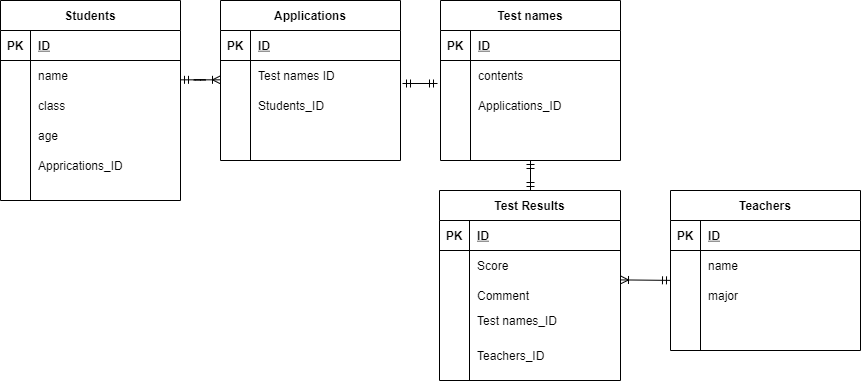
Before: .drawio.png, a diagram exported from draw.io (mioirie/20220103omi). Source tidied: cells renumbered, new cells last; positions are measured from the earlier drawing's top-left corner, leaving out a move shared by most shapes.
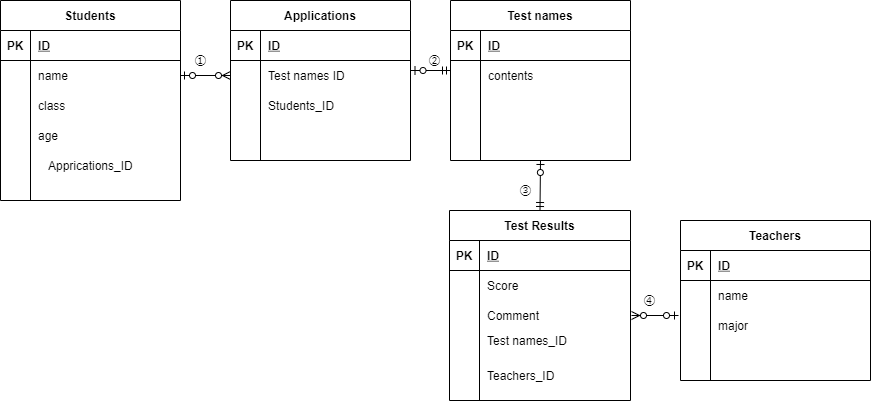
The same file after the commit.

Commit message:
Remove 'Application ID'from Test names table , Fixed all relationships

Change to the diagram source:
```diff
@@ -3,7 +3,7 @@
     <mxCell id="0" />
     <mxCell id="1" parent="0" />
     <mxCell id="2" value="Students" style="shape=table;startSize=30;rowLines=0;fontStyle=1;align=center;" parent="1" vertex="1">
-      <mxGeometry width="180" height="200" as="geometry" />
+      <mxGeometry x="-10" width="180" height="200" as="geometry" />
     </mxCell>
     <mxCell id="3" style="shape=partialRectangle;fillColor=none;top=0;left=0;bottom=1;right=0;" parent="2" vertex="1">
       <mxGeometry y="30" width="180" height="30" as="geometry" />
@@ -42,7 +42,7 @@
       <mxGeometry x="30" width="150" height="30" as="geometry" />
     </mxCell>
     <mxCell id="15" value="Teachers" style="shape=table;startSize=30;rowLines=0;fontStyle=1;align=center;" parent="1" vertex="1">
-      <mxGeometry x="670" y="190" width="190" height="160" as="geometry" />
+      <mxGeometry x="670" y="220" width="190" height="160" as="geometry" />
     </mxCell>
     <mxCell id="16" style="shape=partialRectangle;fillColor=none;top=0;left=0;bottom=1;right=0;" parent="15" vertex="1">
       <mxGeometry y="30" width="190" height="30" as="geometry" />
@@ -80,15 +80,6 @@
     <mxCell id="27" style="shape=partialRectangle;fillColor=none;top=0;left=0;bottom=0;right=0;align=left;spacingLeft=6;overflow=hidden;" parent="25" vertex="1">
       <mxGeometry x="30" width="160" height="30" as="geometry" />
     </mxCell>
-    <mxCell id="28" style="edgeStyle=entityRelationEdgeStyle;fontSize=12;html=1;endArrow=ERoneToMany;startArrow=ERmandOne;" parent="1" edge="1">
-      <mxGeometry relative="1" as="geometry">
-        <mxPoint x="180" y="79.3" as="sourcePoint" />
-        <mxPoint x="220" y="79.3" as="targetPoint" />
-      </mxGeometry>
-    </mxCell>
-    <mxCell id="29" style="fontSize=12;html=1;endArrow=ERoneToMany;startArrow=ERmandOne;exitX=0;exitY=-0.004;exitDx=0;exitDy=0;exitPerimeter=0;entryX=1;entryY=-0.02;entryDx=0;entryDy=0;entryPerimeter=0;" parent="1" edge="1" source="22" target="50">
-      <mxGeometry relative="1" as="geometry" />
-    </mxCell>
     <mxCell id="30" value="Test names" style="shape=table;startSize=30;rowLines=0;fontStyle=1;align=center;" parent="1" vertex="1">
       <mxGeometry x="440" width="180" height="160" as="geometry" />
     </mxCell>
@@ -116,7 +107,7 @@
     <mxCell id="38" style="shape=partialRectangle;fillColor=none;top=0;left=0;bottom=0;right=0;overflow=hidden;" parent="37" vertex="1">
       <mxGeometry width="30" height="30" as="geometry" />
     </mxCell>
-    <mxCell id="39" value="Applications_ID" style="shape=partialRectangle;fillColor=none;top=0;left=0;bottom=0;right=0;align=left;spacingLeft=6;overflow=hidden;" parent="37" vertex="1">
+    <mxCell id="39" style="shape=partialRectangle;fillColor=none;top=0;left=0;bottom=0;right=0;align=left;spacingLeft=6;overflow=hidden;" parent="37" vertex="1">
       <mxGeometry x="30" width="150" height="30" as="geometry" />
     </mxCell>
     <mxCell id="40" style="shape=partialRectangle;fillColor=none;top=0;left=0;bottom=0;right=0;" parent="30" vertex="1">
@@ -129,7 +120,7 @@
       <mxGeometry x="30" width="150" height="30" as="geometry" />
     </mxCell>
     <mxCell id="43" value="Test Results" style="shape=table;startSize=30;rowLines=0;fontStyle=1;align=center;" parent="1" vertex="1">
-      <mxGeometry x="439" y="190" width="181" height="190" as="geometry" />
+      <mxGeometry x="439" y="210" width="181" height="190" as="geometry" />
     </mxCell>
     <mxCell id="44" style="shape=partialRectangle;fillColor=none;top=0;left=0;bottom=1;right=0;" parent="43" vertex="1">
       <mxGeometry y="30" width="181" height="30" as="geometry" />
@@ -167,12 +158,6 @@
     <mxCell id="55" value="Test names_ID" style="shape=partialRectangle;fillColor=none;top=0;left=0;bottom=0;right=0;align=left;spacingLeft=6;overflow=hidden;" parent="53" vertex="1">
       <mxGeometry x="30" width="151" height="20" as="geometry" />
     </mxCell>
-    <mxCell id="56" style="fontSize=12;html=1;endArrow=ERmandOne;startArrow=ERmandOne;" parent="1" edge="1">
-      <mxGeometry relative="1" as="geometry">
-        <mxPoint x="530" y="190" as="sourcePoint" />
-        <mxPoint x="530" y="160" as="targetPoint" />
-      </mxGeometry>
-    </mxCell>
     <mxCell id="57" value="Applications" style="shape=table;startSize=30;rowLines=0;fontStyle=1;align=center;" parent="1" vertex="1">
       <mxGeometry x="220" width="180" height="160" as="geometry" />
     </mxCell>
@@ -220,14 +205,38 @@
     <mxCell id="71" value="Apprications_ID" style="shape=partialRectangle;fillColor=none;top=0;left=0;bottom=0;right=0;align=left;spacingLeft=6;overflow=hidden;" parent="1" vertex="1">
       <mxGeometry x="30" y="150" width="150" height="30" as="geometry" />
     </mxCell>
-    <mxCell id="72" style="fontSize=12;html=1;endArrow=ERmandOne;startArrow=ERmandOne;" parent="1" edge="1">
-      <mxGeometry relative="1" as="geometry">
-        <mxPoint x="402" y="83" as="sourcePoint" />
-        <mxPoint x="437" y="83" as="targetPoint" />
-      </mxGeometry>
-    </mxCell>
     <mxCell id="73" value="Teachers_ID" style="shape=partialRectangle;fillColor=none;top=0;left=0;bottom=0;right=0;align=left;spacingLeft=6;overflow=hidden;" parent="1" vertex="1">
-      <mxGeometry x="469" y="340" width="151" height="30" as="geometry" />
+      <mxGeometry x="469" y="360" width="151" height="30" as="geometry" />
     </mxCell>
+    <mxCell id="74" style="fontSize=12;html=1;endArrow=ERzeroToMany;startArrow=ERzeroToOne;entryX=0;entryY=0.5;entryDx=0;entryDy=0;exitX=1;exitY=0.5;exitDx=0;exitDy=0;" parent="1" edge="1" source="6" target="61">
+      <mxGeometry relative="1" as="geometry" />
+    </mxCell>
+    <mxCell id="75" style="fontSize=12;html=1;endArrow=ERzeroToOne;startArrow=ERmandOne;entryX=0.5;entryY=1;entryDx=0;entryDy=0;exitX=0.5;exitY=0;exitDx=0;exitDy=0;" parent="1" edge="1" source="43" target="30">
+      <mxGeometry relative="1" as="geometry" />
+    </mxCell>
+    <mxCell id="76" style="fontSize=12;html=1;endArrow=ERzeroToOne;startArrow=ERmandOne;entryX=0.5;entryY=1;entryDx=0;entryDy=0;" parent="1" edge="1">
+      <mxGeometry relative="1" as="geometry">
+        <mxPoint x="440" y="70" as="sourcePoint" />
+        <mxPoint x="400.5" y="70" as="targetPoint" />
+      </mxGeometry>
+    </mxCell>
+    <mxCell id="77" style="fontSize=12;html=1;endArrow=ERzeroToMany;startArrow=ERzeroToOne;" parent="1" edge="1">
+      <mxGeometry relative="1" as="geometry">
+        <mxPoint x="668" y="315" as="sourcePoint" />
+        <mxPoint x="621" y="315" as="targetPoint" />
+      </mxGeometry>
+    </mxCell>
+    <mxCell id="78" value="①" style="text;html=1;align=center;verticalAlign=middle;strokeColor=none;" parent="1" vertex="1">
+      <mxGeometry x="175" y="50" width="30" height="20" as="geometry" />
+    </mxCell>
+    <mxCell id="79" value="④" style="text;html=1;align=center;verticalAlign=middle;strokeColor=none;" parent="1" vertex="1">
+      <mxGeometry x="624" y="290" width="30" height="20" as="geometry" />
+    </mxCell>
+    <mxCell id="80" value="③" style="text;html=1;align=center;verticalAlign=middle;strokeColor=none;" parent="1" vertex="1">
+      <mxGeometry x="500" y="180" width="30" height="20" as="geometry" />
+    </mxCell>
+    <mxCell id="81" value="➁" style="text;html=1;align=center;verticalAlign=middle;strokeColor=none;" parent="1" vertex="1">
+      <mxGeometry x="409" y="50" width="30" height="20" as="geometry" />
+    </mxCell>
   </root>
 </mxGraphModel>
```
